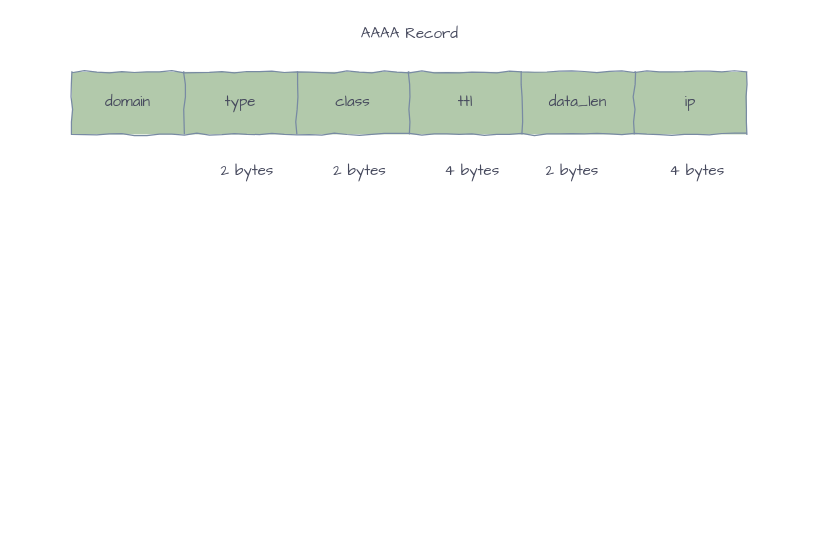
silan-liu/drawio keeps this draw.io diagram as page "mx" (9 of 19) of dns.drawio. Above is the earlier version. Source tidied: cells renumbered, new cells numbered last; positions are measured from the earlier drawing's top-left corner, leaving out a move shared by most shapes. Both pictures are drawn from the tidied source at 125%, with x=0, y=0 at pixel (71, 21).
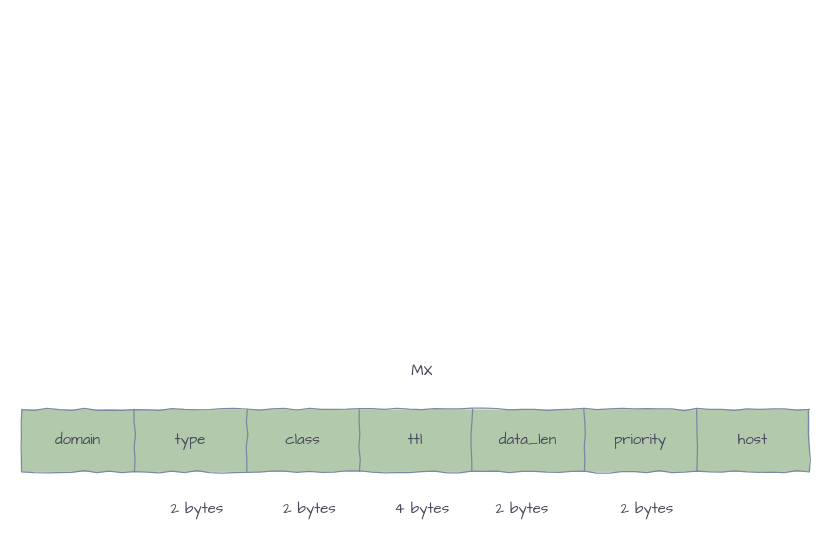
The same page after the edit.

Change to the diagram source:
```diff
@@
 <mxGraphModel>
   <root>
     <mxCell id="0" />
     <mxCell id="1" parent="0" />
-    <mxCell id="2" style="shape=table;startSize=0;childLayout=tableLayout;comic=1;fillColor=#B2C9AB;strokeColor=#788AA3;fontColor=#46495D;fontFamily=Comic Sans MS;" parent="1" vertex="1">
-      <mxGeometry y="40" width="540" height="50" as="geometry" />
-    </mxCell>
-    <mxCell id="3" style="shape=partialRectangle;fillColor=none;top=0;left=0;bottom=0;right=0;strokeColor=#788AA3;fontColor=#46495D;fontFamily=Comic Sans MS;" parent="2" vertex="1">
-      <mxGeometry width="540" height="50" as="geometry" />
-    </mxCell>
+    <mxCell id="16" style="shape=table;startSize=0;childLayout=tableLayout;comic=1;fillColor=#B2C9AB;strokeColor=#788AA3;fontColor=#46495D;fontFamily=Comic Sans MS;" parent="1" vertex="1">
+      <mxGeometry x="-40" y="310" width="630" height="50" as="geometry" />
+    </mxCell>
+    <mxCell id="17" style="shape=partialRectangle;fillColor=none;top=0;left=0;bottom=0;right=0;strokeColor=#788AA3;fontColor=#46495D;fontFamily=Comic Sans MS;" parent="16" vertex="1">
+      <mxGeometry width="630" height="50" as="geometry" />
+    </mxCell>
-    <mxCell id="4" value="domain" style="shape=partialRectangle;html=1;whiteSpace=wrap;overflow=hidden;fillColor=none;top=0;left=0;bottom=0;right=0;strokeColor=#788AA3;fontColor=#46495D;fontFamily=Comic Sans MS;" parent="3" vertex="1">
+    <mxCell id="4" value="domain" style="shape=partialRectangle;html=1;whiteSpace=wrap;overflow=hidden;fillColor=none;top=0;left=0;bottom=0;right=0;strokeColor=#788AA3;fontColor=#46495D;fontFamily=Comic Sans MS;" parent="17" vertex="1">
       <mxGeometry width="90" height="50" as="geometry" />
     </mxCell>
-    <mxCell id="5" value="type" style="shape=partialRectangle;html=1;whiteSpace=wrap;overflow=hidden;fillColor=none;top=0;left=0;bottom=0;right=0;strokeColor=#788AA3;fontColor=#46495D;fontFamily=Comic Sans MS;" parent="3" vertex="1">
+    <mxCell id="5" value="type" style="shape=partialRectangle;html=1;whiteSpace=wrap;overflow=hidden;fillColor=none;top=0;left=0;bottom=0;right=0;strokeColor=#788AA3;fontColor=#46495D;fontFamily=Comic Sans MS;" parent="17" vertex="1">
       <mxGeometry x="90" width="90" height="50" as="geometry" />
     </mxCell>
-    <mxCell id="6" value="class" style="shape=partialRectangle;html=1;whiteSpace=wrap;overflow=hidden;fillColor=none;top=0;left=0;bottom=0;right=0;strokeColor=#788AA3;fontColor=#46495D;fontFamily=Comic Sans MS;" parent="3" vertex="1">
+    <mxCell id="6" value="class" style="shape=partialRectangle;html=1;whiteSpace=wrap;overflow=hidden;fillColor=none;top=0;left=0;bottom=0;right=0;strokeColor=#788AA3;fontColor=#46495D;fontFamily=Comic Sans MS;" parent="17" vertex="1">
       <mxGeometry x="180" width="90" height="50" as="geometry" />
     </mxCell>
-    <mxCell id="7" value="ttl" style="shape=partialRectangle;html=1;whiteSpace=wrap;overflow=hidden;fillColor=none;top=0;left=0;bottom=0;right=0;strokeColor=#788AA3;fontColor=#46495D;fontFamily=Comic Sans MS;" parent="3" vertex="1">
+    <mxCell id="7" value="ttl" style="shape=partialRectangle;html=1;whiteSpace=wrap;overflow=hidden;fillColor=none;top=0;left=0;bottom=0;right=0;strokeColor=#788AA3;fontColor=#46495D;fontFamily=Comic Sans MS;" parent="17" vertex="1">
       <mxGeometry x="270" width="90" height="50" as="geometry" />
     </mxCell>
-    <mxCell id="8" value="data_len" style="shape=partialRectangle;html=1;whiteSpace=wrap;overflow=hidden;fillColor=none;top=0;left=0;bottom=0;right=0;strokeColor=#788AA3;fontColor=#46495D;fontFamily=Comic Sans MS;" parent="3" vertex="1">
+    <mxCell id="8" value="data_len" style="shape=partialRectangle;html=1;whiteSpace=wrap;overflow=hidden;fillColor=none;top=0;left=0;bottom=0;right=0;strokeColor=#788AA3;fontColor=#46495D;fontFamily=Comic Sans MS;" parent="17" vertex="1">
       <mxGeometry x="360" width="90" height="50" as="geometry" />
     </mxCell>
-    <mxCell id="9" value="ip" style="shape=partialRectangle;html=1;whiteSpace=wrap;overflow=hidden;fillColor=none;top=0;left=0;bottom=0;right=0;strokeColor=#788AA3;fontColor=#46495D;fontFamily=Comic Sans MS;" parent="3" vertex="1">
-      <mxGeometry x="450" width="90" height="50" as="geometry" />
-    </mxCell>
-    <mxCell id="10" value="AAAA Record" style="text;html=1;align=center;verticalAlign=middle;strokeColor=none;fontColor=#46495D;fontFamily=Comic Sans MS;" parent="1" vertex="1">
-      <mxGeometry x="225" width="90" height="20" as="geometry" />
-    </mxCell>
-    <mxCell id="11" value="2 bytes" style="text;html=1;align=center;verticalAlign=middle;strokeColor=none;fontFamily=Comic Sans MS;fontColor=#46495D;" parent="1" vertex="1">
-      <mxGeometry x="110" y="110" width="60" height="20" as="geometry" />
-    </mxCell>
-    <mxCell id="12" value="2 bytes" style="text;html=1;align=center;verticalAlign=middle;strokeColor=none;fontFamily=Comic Sans MS;fontColor=#46495D;" parent="1" vertex="1">
-      <mxGeometry x="200" y="110" width="60" height="20" as="geometry" />
-    </mxCell>
-    <mxCell id="13" value="4 bytes" style="text;html=1;align=center;verticalAlign=middle;strokeColor=none;fontFamily=Comic Sans MS;fontColor=#46495D;" parent="1" vertex="1">
-      <mxGeometry x="290" y="110" width="60" height="20" as="geometry" />
-    </mxCell>
-    <mxCell id="14" value="2 bytes" style="text;html=1;align=center;verticalAlign=middle;strokeColor=none;fontFamily=Comic Sans MS;fontColor=#46495D;" parent="1" vertex="1">
-      <mxGeometry x="370" y="110" width="60" height="20" as="geometry" />
-    </mxCell>
-    <mxCell id="15" value="4 bytes" style="text;html=1;align=center;verticalAlign=middle;strokeColor=none;fontFamily=Comic Sans MS;fontColor=#46495D;" parent="1" vertex="1">
-      <mxGeometry x="470" y="110" width="60" height="20" as="geometry" />
-    </mxCell>
+    <mxCell id="18" value="priority" style="shape=partialRectangle;html=1;whiteSpace=wrap;overflow=hidden;fillColor=none;top=0;left=0;bottom=0;right=0;strokeColor=#788AA3;fontColor=#46495D;fontFamily=Comic Sans MS;" parent="17" vertex="1">
+      <mxGeometry x="450" width="90" height="50" as="geometry" />
+    </mxCell>
+    <mxCell id="19" value="host" style="shape=partialRectangle;html=1;whiteSpace=wrap;overflow=hidden;fillColor=none;top=0;left=0;bottom=0;right=0;strokeColor=#788AA3;fontColor=#46495D;fontFamily=Comic Sans MS;" parent="17" vertex="1">
+      <mxGeometry x="540" width="90" height="50" as="geometry" />
+    </mxCell>
+    <mxCell id="20" value="2 bytes" style="text;html=1;align=center;verticalAlign=middle;strokeColor=none;fontFamily=Comic Sans MS;fontColor=#46495D;" parent="1" vertex="1">
+      <mxGeometry x="70" y="380" width="60" height="20" as="geometry" />
+    </mxCell>
+    <mxCell id="21" value="2 bytes" style="text;html=1;align=center;verticalAlign=middle;strokeColor=none;fontFamily=Comic Sans MS;fontColor=#46495D;" parent="1" vertex="1">
+      <mxGeometry x="160" y="380" width="60" height="20" as="geometry" />
+    </mxCell>
+    <mxCell id="22" value="4 bytes" style="text;html=1;align=center;verticalAlign=middle;strokeColor=none;fontFamily=Comic Sans MS;fontColor=#46495D;" parent="1" vertex="1">
+      <mxGeometry x="250" y="380" width="60" height="20" as="geometry" />
+    </mxCell>
+    <mxCell id="23" value="2 bytes" style="text;html=1;align=center;verticalAlign=middle;strokeColor=none;fontFamily=Comic Sans MS;fontColor=#46495D;" parent="1" vertex="1">
+      <mxGeometry x="330" y="380" width="60" height="20" as="geometry" />
+    </mxCell>
+    <mxCell id="24" value="MX" style="text;html=1;align=center;verticalAlign=middle;strokeColor=none;fontColor=#46495D;fontFamily=Comic Sans MS;" parent="1" vertex="1">
+      <mxGeometry x="265" y="270" width="30" height="20" as="geometry" />
+    </mxCell>
+    <mxCell id="25" value="2 bytes" style="text;html=1;align=center;verticalAlign=middle;strokeColor=none;fontFamily=Comic Sans MS;fontColor=#46495D;" parent="1" vertex="1">
+      <mxGeometry x="430" y="380" width="60" height="20" as="geometry" />
+    </mxCell>
   </root>
 </mxGraphModel>
```
